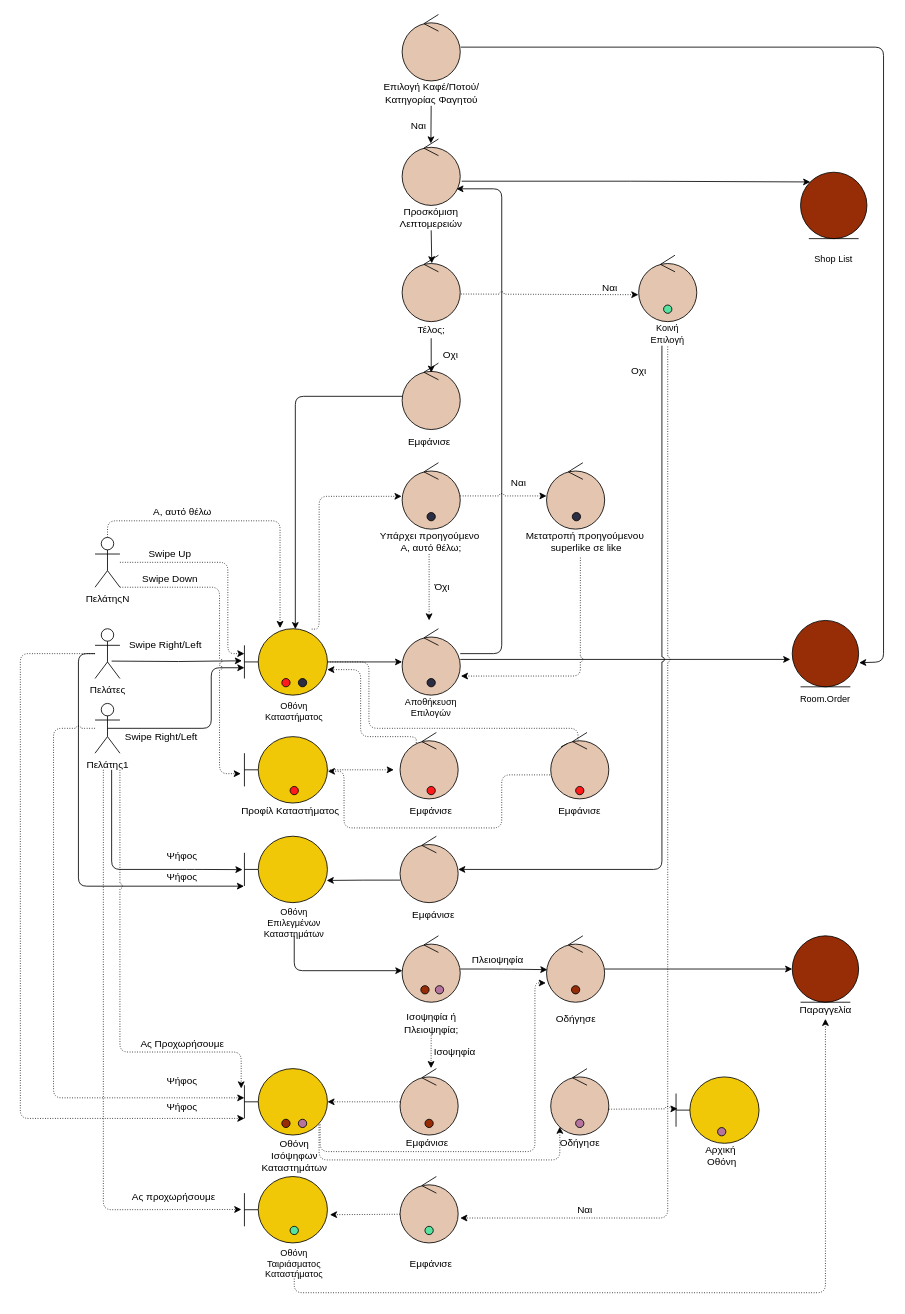
Earlier version of the draw.io diagram docs/contributions/AthanasiaZ/Writing-Charts/Phase5/User Team Choice Shop/teamchoiceshoprobustness.drawio (iloudaros/nomnomr). Source tidied: cells renumbered, new cells numbered last; positions are measured from the earlier drawing's top-left corner, leaving out a move shared by most shapes. Both pictures are drawn from the tidied source at 83%, with x=0, y=0 at pixel (20, 14).
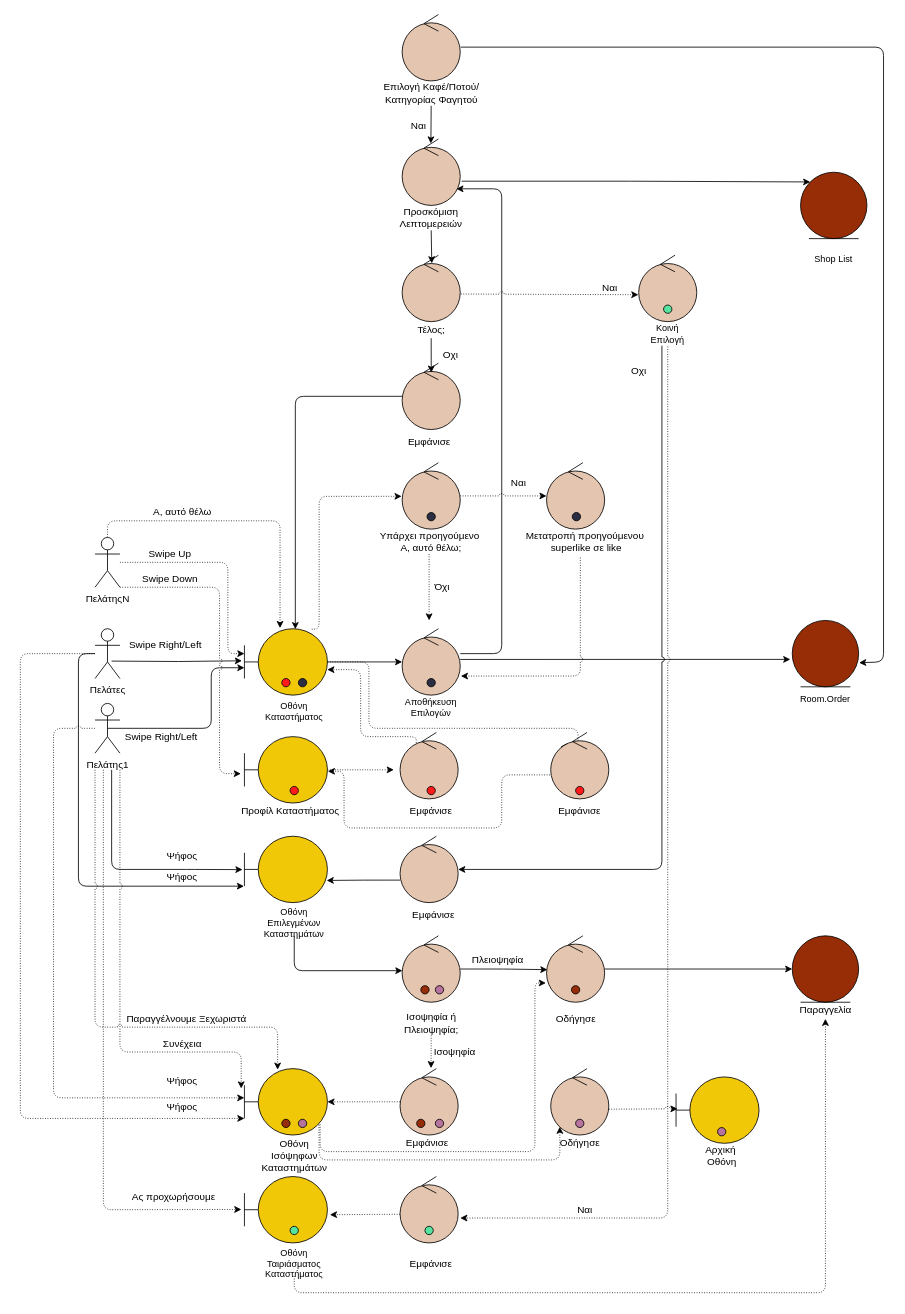
The same page after the edit.

Commit message (it also covers changes not shown here):
Fixed minor details in expression

The change refers to these unchanged cells:
```xml
<mxCell id="109" style="shape=umlBoundary;whiteSpace=wrap;html=1;fillColor=#F0C808;" parent="1" vertex="1">
  <mxGeometry x="270" y="1270" width="100" height="80" as="geometry" />
</mxCell>
```

Diff of the diagram source:
```diff
@@
+    <mxCell id="137" style="edgeStyle=orthogonalEdgeStyle;rounded=1;jettySize=auto;html=1;dashed=1;dashPattern=1 2;entryX=0.4;entryY=0.016;entryDx=0;entryDy=0;entryPerimeter=0;jumpStyle=arc;" parent="1" edge="1" target="109">
+      <mxGeometry relative="1" as="geometry">
+        <mxPoint x="90" y="910" as="sourcePoint" />
+        <Array as="points">
+          <mxPoint x="90" y="1220" />
+          <mxPoint x="310" y="1220" />
+        </Array>
+      </mxGeometry>
+    </mxCell>
@@
-    <mxCell id="114" value="Ας Προχωρήσουμε" style="text;html=1;align=center;verticalAlign=middle;strokeColor=none;fillColor=none;fontSize=12;" parent="1" vertex="1">
-      <mxGeometry x="135" y="1230" width="120" height="20" as="geometry" />
+    <mxCell id="114" value="Συνέχεια" style="text;html=1;align=center;verticalAlign=middle;strokeColor=none;fillColor=none;fontSize=12;" parent="1" vertex="1">
+      <mxGeometry x="165" y="1230" width="60" height="20" as="geometry" />
     </mxCell>
@@
     <mxCell id="130" style="shape=ellipse;fillColor=#972D07;strokeColor=default;html=1;sketch=0;fontColor=#56E39F;" parent="1" vertex="1">
-      <mxGeometry x="487.5" y="1331" width="10" height="10" as="geometry" />
+      <mxGeometry x="477.5" y="1331" width="10" height="10" as="geometry" />
     </mxCell>
@@
+    <mxCell id="138" style="shape=ellipse;fillColor=#B5739D;strokeColor=default;html=1;sketch=0;fontColor=#56E39F;" parent="1" vertex="1">
+      <mxGeometry x="500" y="1331" width="10" height="10" as="geometry" />
+    </mxCell>
+    <mxCell id="139" value="Παραγγέλνουμε Ξεχωριστά" style="text;html=1;align=center;verticalAlign=middle;strokeColor=none;fillColor=none;" parent="1" vertex="1">
+      <mxGeometry x="120" y="1200" width="160" height="20" as="geometry" />
+    </mxCell>
```
